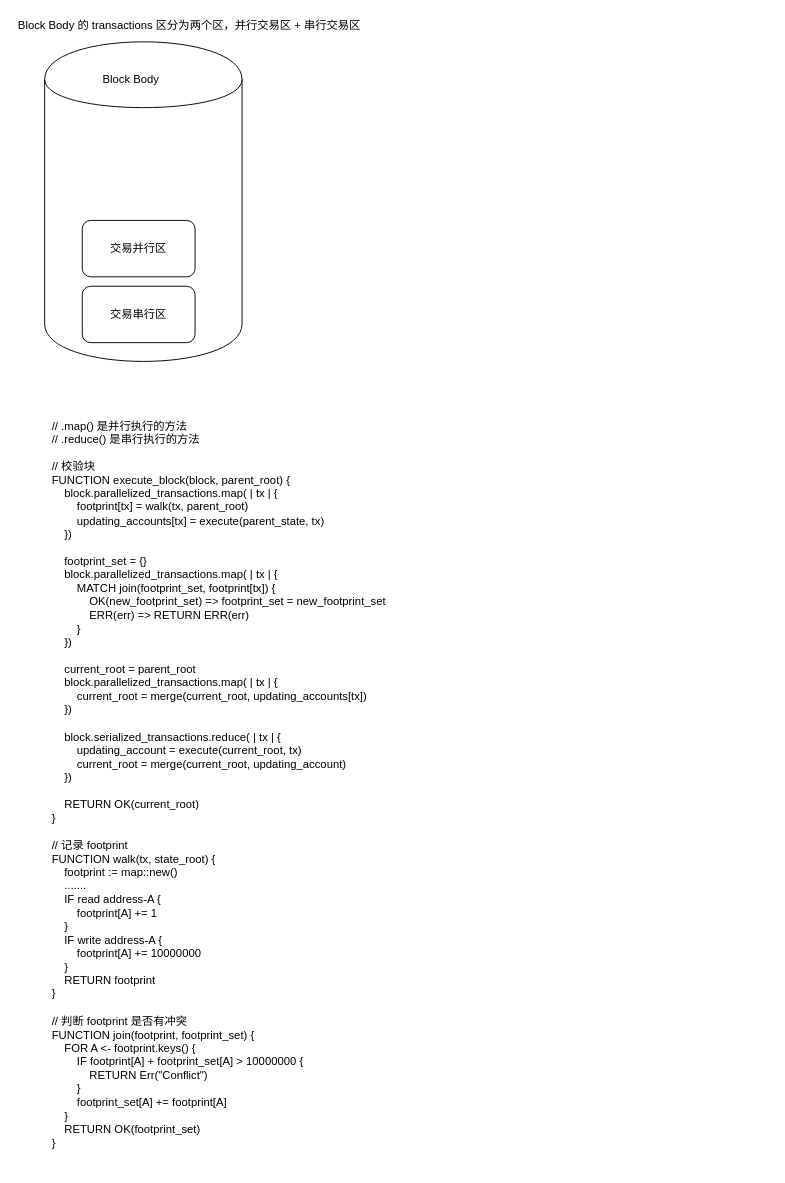
The draw.io diagram 交易并行.drawio in keroro520/draw.io, before the edit. Source tidied: cells renumbered, new cells numbered last; positions are measured from the earlier drawing's top-left corner, leaving out a move shared by most shapes. Both pictures are drawn from the tidied source at 94%, with x=0, y=0 at pixel (16, 16).
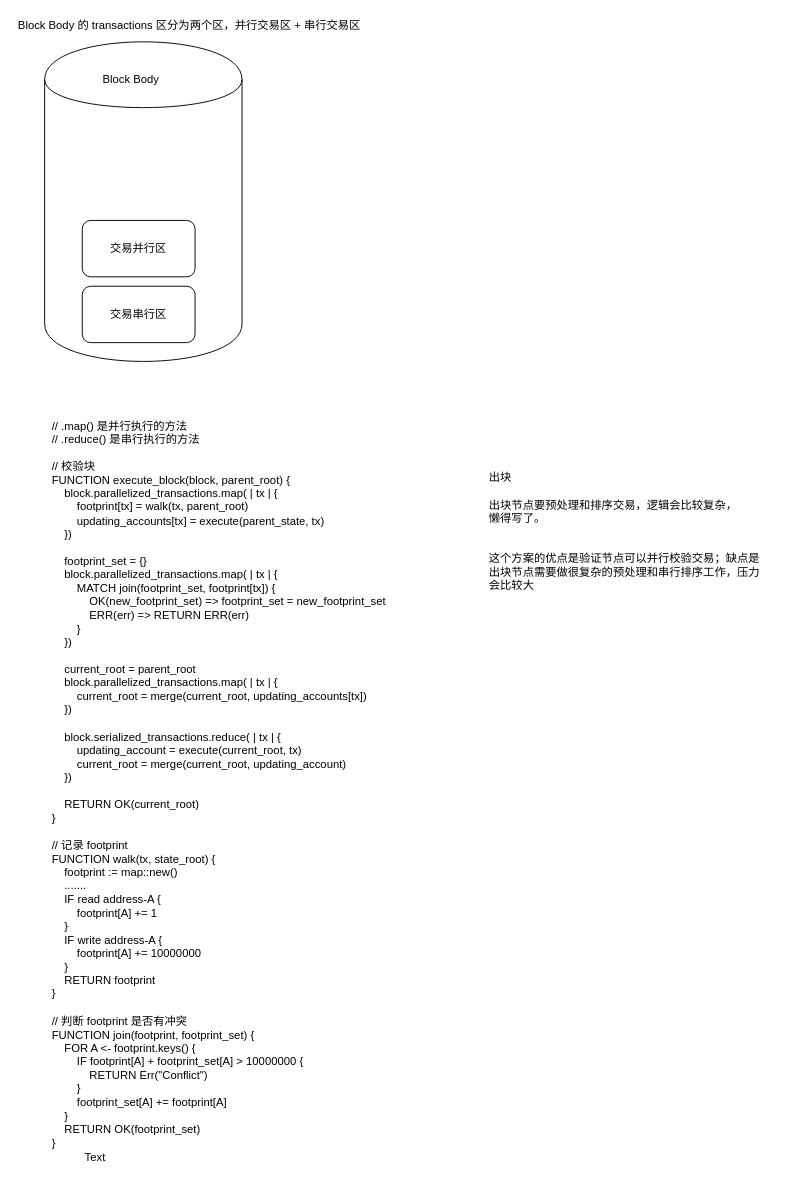
The same page after the edit.

Diff of the diagram source:
```diff
@@
 <mxGraphModel>
   <root>
     <mxCell id="0" />
     <mxCell id="1" parent="0" />
     <mxCell id="2" style="shape=cylinder;whiteSpace=wrap;html=1;boundedLbl=1;backgroundOutline=1;" parent="1" vertex="1">
       <mxGeometry x="30" y="27" width="210" height="340" as="geometry" />
     </mxCell>
     <mxCell id="3" value="交易并行区" style="rounded=1;whiteSpace=wrap;html=1;" parent="1" vertex="1">
       <mxGeometry x="70" y="217" width="120" height="60" as="geometry" />
     </mxCell>
     <mxCell id="4" value="交易串行区" style="rounded=1;whiteSpace=wrap;html=1;" parent="1" vertex="1">
       <mxGeometry x="70" y="287" width="120" height="60" as="geometry" />
     </mxCell>
     <mxCell id="5" value="Block Body" style="text;html=1;align=left;verticalAlign=top;spacingTop=-4;" parent="1" vertex="1">
       <mxGeometry x="90" y="57" width="80" height="20" as="geometry" />
     </mxCell>
     <mxCell id="6" value="Block Body 的 transactions 区分为两个区，并行交易区 + 串行交易区" style="text;html=1;align=left;verticalAlign=top;spacingTop=-4;" parent="1" vertex="1">
       <mxGeometry width="380" height="20" as="geometry" />
     </mxCell>
     <mxCell id="7" value="&lt;div&gt;&lt;br&gt;&lt;/div&gt;" style="text;html=1;align=left;verticalAlign=top;spacingTop=-4;" parent="1" vertex="1">
       <mxGeometry x="12" y="1035" width="20" height="20" as="geometry" />
     </mxCell>
     <mxCell id="8" value="&lt;div&gt;// .map() 是并行执行的方法&lt;/div&gt;&lt;div&gt;// .reduce() 是串行执行的方法&lt;/div&gt;&lt;div&gt;&lt;br&gt;&lt;/div&gt;&lt;div&gt;// 校验块&lt;/div&gt;&lt;div&gt;FUNCTION execute_block(block, parent_root) {&lt;/div&gt;&lt;div&gt;&amp;nbsp; &amp;nbsp; block.parallelized_transactions.map( | tx | {&lt;/div&gt;&lt;div&gt;&amp;nbsp; &amp;nbsp; &amp;nbsp; &amp;nbsp; footprint[tx] = walk(tx, parent_root)&lt;/div&gt;&lt;div&gt;&amp;nbsp; &amp;nbsp; &amp;nbsp; &amp;nbsp; updating_accounts[tx] = execute(parent_state, tx)&lt;/div&gt;&lt;div&gt;&amp;nbsp; &amp;nbsp; })&lt;/div&gt;&lt;div&gt;&lt;br&gt;&lt;/div&gt;&lt;div&gt;&amp;nbsp; &amp;nbsp; footprint_set = {}&lt;/div&gt;&lt;div&gt;&amp;nbsp; &amp;nbsp; block.parallelized_transactions.map( | tx | {&lt;/div&gt;&lt;div&gt;&amp;nbsp; &amp;nbsp; &amp;nbsp; &amp;nbsp; MATCH join(footprint_set, footprint[tx]) {&lt;/div&gt;&lt;div&gt;&amp;nbsp; &amp;nbsp; &amp;nbsp; &amp;nbsp; &amp;nbsp; &amp;nbsp; OK(new_footprint_set) =&amp;gt; footprint_set = new_footprint_set&lt;/div&gt;&lt;div&gt;&amp;nbsp; &amp;nbsp; &amp;nbsp; &amp;nbsp; &amp;nbsp; &amp;nbsp; ERR(err) =&amp;gt; RETURN ERR(err)&lt;/div&gt;&lt;div&gt;&amp;nbsp; &amp;nbsp; &amp;nbsp; &amp;nbsp; }&lt;/div&gt;&lt;div&gt;&amp;nbsp; &amp;nbsp; })&lt;/div&gt;&lt;div&gt;&lt;br&gt;&lt;/div&gt;&lt;div&gt;&amp;nbsp; &amp;nbsp; current_root = parent_root&lt;/div&gt;&lt;div&gt;&amp;nbsp; &amp;nbsp; block.parallelized_transactions.map( | tx | {&lt;/div&gt;&lt;div&gt;&amp;nbsp; &amp;nbsp; &amp;nbsp; &amp;nbsp; current_root = merge(current_root, updating_accounts[tx])&lt;/div&gt;&lt;div&gt;&amp;nbsp; &amp;nbsp; })&lt;/div&gt;&lt;div&gt;&lt;br&gt;&lt;/div&gt;&lt;div&gt;&amp;nbsp; &amp;nbsp; block.serialized_transactions.reduce( | tx | {&lt;/div&gt;&lt;div&gt;&amp;nbsp; &amp;nbsp; &amp;nbsp; &amp;nbsp; updating_account = execute(current_root, tx)&lt;/div&gt;&lt;div&gt;&amp;nbsp; &amp;nbsp; &amp;nbsp; &amp;nbsp; current_root = merge(current_root, updating_account)&lt;/div&gt;&lt;div&gt;&amp;nbsp; &amp;nbsp; })&lt;/div&gt;&lt;div&gt;&lt;br&gt;&lt;/div&gt;&lt;div&gt;&amp;nbsp; &amp;nbsp; RETURN OK(current_root)&lt;/div&gt;&lt;div&gt;}&lt;/div&gt;&lt;div&gt;&lt;br&gt;&lt;/div&gt;&lt;div&gt;// 记录 footprint&amp;nbsp;&lt;/div&gt;&lt;div&gt;FUNCTION walk(tx, state_root) {&lt;/div&gt;&lt;div&gt;&amp;nbsp; &amp;nbsp; footprint := map::new()&lt;/div&gt;&lt;div&gt;&amp;nbsp; &amp;nbsp; .......&lt;/div&gt;&lt;div&gt;&amp;nbsp; &amp;nbsp; IF read address-A {&lt;/div&gt;&lt;div&gt;&amp;nbsp; &amp;nbsp; &amp;nbsp; &amp;nbsp; footprint[A] += 1&lt;/div&gt;&lt;div&gt;&amp;nbsp; &amp;nbsp; }&lt;/div&gt;&lt;div&gt;&amp;nbsp; &amp;nbsp; IF write address-A {&lt;/div&gt;&lt;div&gt;&amp;nbsp; &amp;nbsp; &amp;nbsp; &amp;nbsp; footprint[A] += 10000000&lt;/div&gt;&lt;div&gt;&amp;nbsp; &amp;nbsp; }&lt;/div&gt;&lt;div&gt;&amp;nbsp; &amp;nbsp; RETURN footprint&lt;/div&gt;&lt;div&gt;}&lt;/div&gt;&lt;div&gt;&lt;br&gt;&lt;/div&gt;&lt;div&gt;// 判断 footprint 是否有冲突&lt;/div&gt;&lt;div&gt;FUNCTION join(footprint, footprint_set) {&lt;/div&gt;&lt;div&gt;&amp;nbsp; &amp;nbsp; FOR A &amp;lt;- footprint.keys() {&lt;/div&gt;&lt;div&gt;&amp;nbsp; &amp;nbsp; &amp;nbsp; &amp;nbsp; IF footprint[A] + footprint_set[A] &amp;gt; 10000000 {&lt;/div&gt;&lt;div&gt;&amp;nbsp; &amp;nbsp; &amp;nbsp; &amp;nbsp; &amp;nbsp; &amp;nbsp; RETURN Err(&quot;Conflict&quot;)&lt;/div&gt;&lt;div&gt;&amp;nbsp; &amp;nbsp; &amp;nbsp; &amp;nbsp; }&lt;/div&gt;&lt;div&gt;&amp;nbsp; &amp;nbsp; &amp;nbsp; &amp;nbsp; footprint_set[A] += footprint[A]&lt;/div&gt;&lt;div&gt;&amp;nbsp; &amp;nbsp; }&lt;/div&gt;&lt;div&gt;&amp;nbsp; &amp;nbsp; RETURN OK(footprint_set)&lt;/div&gt;&lt;div&gt;}&lt;/div&gt;&lt;div&gt;&lt;br&gt;&lt;/div&gt;" style="text;html=1;align=left;verticalAlign=top;spacingTop=-4;" parent="1" vertex="1">
       <mxGeometry x="36" y="426" width="370" height="770" as="geometry" />
     </mxCell>
+    <mxCell id="9" value="Text" style="text;html=1;align=left;verticalAlign=top;spacingTop=-4;" parent="1" vertex="1">
+      <mxGeometry x="71" y="1204" width="40" height="20" as="geometry" />
+    </mxCell>
+    <mxCell id="10" value="出块&lt;br&gt;&lt;br&gt;出块节点要预处理和排序交易，逻辑会比较复杂，&lt;br&gt;懒得写了。&lt;br&gt;&lt;br&gt;&lt;br&gt;这个方案的优点是验证节点可以并行校验交易；缺点是&lt;br&gt;出块节点需要做很复杂的预处理和串行排序工作，压力&lt;br&gt;会比较大&lt;br&gt;" style="text;html=1;align=left;verticalAlign=top;spacingTop=-4;" parent="1" vertex="1">
+      <mxGeometry x="501" y="481" width="300" height="130" as="geometry" />
+    </mxCell>
   </root>
 </mxGraphModel>
```
